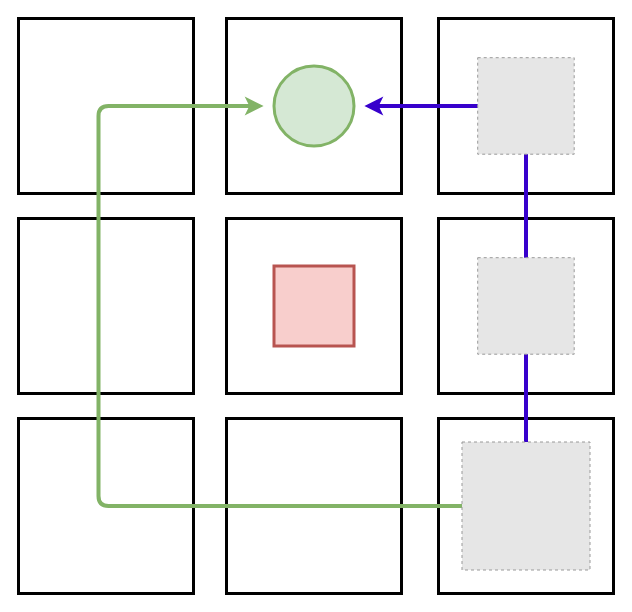
Above: res/wumpus-world.drawio in deliastephens/cog-rob-trust (draw.io), before the change. Source tidied: cells renumbered, new cells numbered last; positions are measured from the earlier drawing's top-left corner, leaving out a move shared by most shapes. Both pictures are drawn from the tidied source at 100%, with x=0, y=0 at pixel (18, 18). Pictures stored in the file or linked from it are replaced by grey dashed boxes.
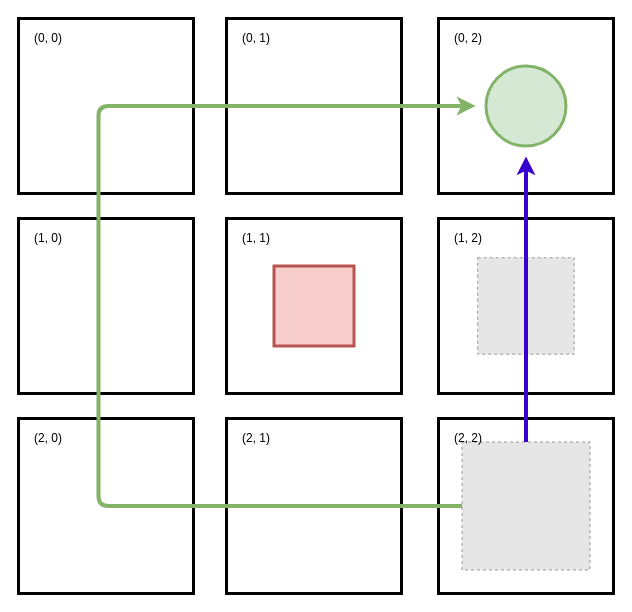
The same page after the edit.

Unchanged cells that the change refers to:
```xml
<mxCell id="13" style="fillColor=#E6E6E6;strokeColor=#999999;dashed=1;html=1;verticalAlign=top;verticalLabelPosition=bottom;labelBackgroundColor=#ffffff;" parent="1" vertex="1">
  <mxGeometry x="443.5" y="423.5" width="128" height="128" as="geometry" />
</mxCell>
```

What changed in the source:
```diff
@@
-    <mxCell id="12" style="edgeStyle=orthogonalEdgeStyle;rounded=1;jumpStyle=none;jumpSize=5;jettySize=auto;html=1;exitX=0.5;exitY=0;exitDx=0;exitDy=0;entryX=1;entryY=0.5;entryDx=0;entryDy=0;sourcePerimeterSpacing=0;targetPerimeterSpacing=-1;strokeWidth=4;fillColor=#6a00ff;strokeColor=#3700CC;" parent="1" edge="1" source="13" target="18">
-      <mxGeometry relative="1" as="geometry" />
-    </mxCell>
@@
+    <mxCell id="15" style="fillColor=#E6E6E6;strokeColor=#999999;dashed=1;html=1;verticalAlign=top;verticalLabelPosition=bottom;labelBackgroundColor=#ffffff;" parent="1" vertex="1">
+      <mxGeometry x="459.2" y="239.2" width="96.5" height="96.5" as="geometry" />
+    </mxCell>
     <mxCell id="14" style="ellipse;whiteSpace=wrap;html=1;strokeWidth=3;fillColor=#d5e8d4;strokeColor=#82b366;" parent="1" vertex="1">
-      <mxGeometry x="255.5" y="47.5" width="80" height="80" as="geometry" />
+      <mxGeometry x="467.5" y="47.5" width="80" height="80" as="geometry" />
     </mxCell>
-    <mxCell id="15" style="fillColor=#E6E6E6;strokeColor=#999999;dashed=1;html=1;verticalAlign=top;verticalLabelPosition=bottom;labelBackgroundColor=#ffffff;" parent="1" vertex="1">
-      <mxGeometry x="459.2" y="239.2" width="96.5" height="96.5" as="geometry" />
-    </mxCell>
-    <mxCell id="16" style="fillColor=#E6E6E6;strokeColor=#999999;dashed=1;html=1;verticalAlign=top;verticalLabelPosition=bottom;labelBackgroundColor=#ffffff;" parent="1" vertex="1">
-      <mxGeometry x="459.2" y="39.2" width="96.5" height="96.5" as="geometry" />
-    </mxCell>
@@
     <mxCell id="18" style="ellipse;whiteSpace=wrap;html=1;strokeWidth=3;opacity=60;strokeColor=none;fillColor=none;" parent="1" vertex="1">
-      <mxGeometry x="245.1" y="37.1" width="100.8" height="100.8" as="geometry" />
+      <mxGeometry x="457.1" y="37.1" width="100.8" height="100.8" as="geometry" />
     </mxCell>
+    <mxCell id="19" value="(0, 0)" style="text;html=1;strokeColor=none;fillColor=none;align=center;verticalAlign=middle;whiteSpace=wrap;rounded=0;" parent="1" vertex="1">
+      <mxGeometry width="60" height="40" as="geometry" />
+    </mxCell>
+    <mxCell id="20" value="(0, 1)" style="text;html=1;strokeColor=none;fillColor=none;align=center;verticalAlign=middle;whiteSpace=wrap;rounded=0;" parent="1" vertex="1">
+      <mxGeometry x="208" width="60" height="40" as="geometry" />
+    </mxCell>
+    <mxCell id="21" value="(0, 2)" style="text;html=1;strokeColor=none;fillColor=none;align=center;verticalAlign=middle;whiteSpace=wrap;rounded=0;" parent="1" vertex="1">
+      <mxGeometry x="420" width="60" height="40" as="geometry" />
+    </mxCell>
+    <mxCell id="22" value="(1, 0)" style="text;html=1;strokeColor=none;fillColor=none;align=center;verticalAlign=middle;whiteSpace=wrap;rounded=0;" parent="1" vertex="1">
+      <mxGeometry y="200" width="60" height="40" as="geometry" />
+    </mxCell>
+    <mxCell id="23" value="(1, 1)" style="text;html=1;strokeColor=none;fillColor=none;align=center;verticalAlign=middle;whiteSpace=wrap;rounded=0;" parent="1" vertex="1">
+      <mxGeometry x="208" y="200" width="60" height="40" as="geometry" />
+    </mxCell>
+    <mxCell id="24" value="(1, 2)" style="text;html=1;strokeColor=none;fillColor=none;align=center;verticalAlign=middle;whiteSpace=wrap;rounded=0;" parent="1" vertex="1">
+      <mxGeometry x="420" y="200" width="60" height="40" as="geometry" />
+    </mxCell>
+    <mxCell id="25" value="(2, 0)" style="text;html=1;strokeColor=none;fillColor=none;align=center;verticalAlign=middle;whiteSpace=wrap;rounded=0;" parent="1" vertex="1">
+      <mxGeometry y="400" width="60" height="40" as="geometry" />
+    </mxCell>
+    <mxCell id="26" value="(2, 1)" style="text;html=1;strokeColor=none;fillColor=none;align=center;verticalAlign=middle;whiteSpace=wrap;rounded=0;" parent="1" vertex="1">
+      <mxGeometry x="208" y="400" width="60" height="40" as="geometry" />
+    </mxCell>
+    <mxCell id="27" value="(2, 2)" style="text;html=1;strokeColor=none;fillColor=none;align=center;verticalAlign=middle;whiteSpace=wrap;rounded=0;" parent="1" vertex="1">
+      <mxGeometry x="420" y="400" width="60" height="40" as="geometry" />
+    </mxCell>
+    <mxCell id="12" style="edgeStyle=orthogonalEdgeStyle;rounded=1;jumpStyle=none;jumpSize=5;jettySize=auto;html=1;exitX=0.5;exitY=0;exitDx=0;exitDy=0;sourcePerimeterSpacing=0;targetPerimeterSpacing=-1;strokeWidth=4;fillColor=#6a00ff;strokeColor=#3700CC;entryX=0.5;entryY=1;entryDx=0;entryDy=0;" parent="1" edge="1" source="13" target="18">
+      <mxGeometry relative="1" as="geometry" />
+    </mxCell>
```
